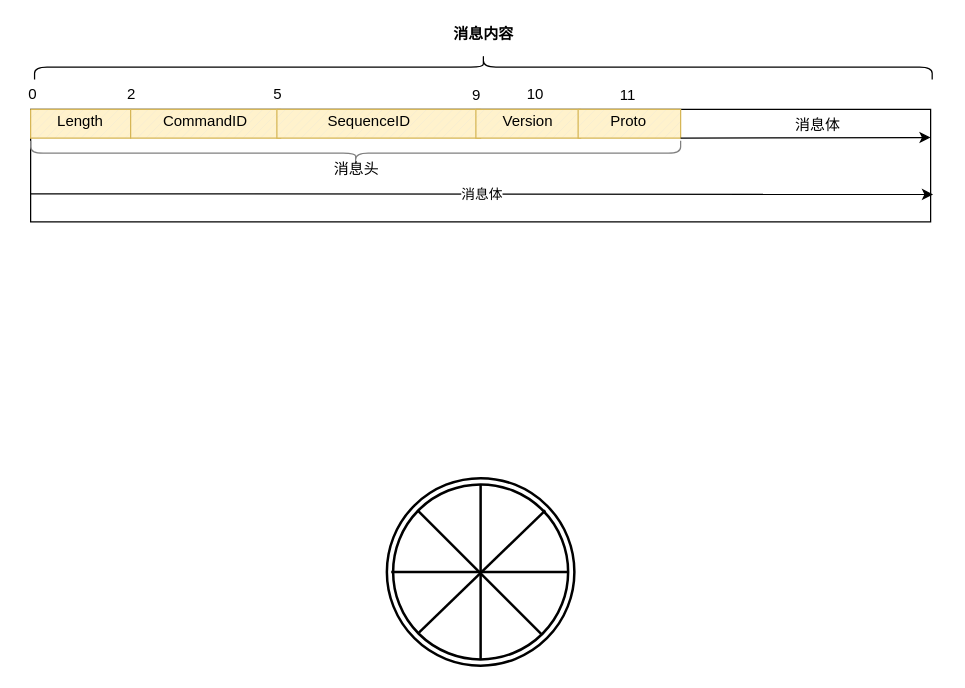
Above: 未命名绘图.drawio in tong3jie/islogin (draw.io), before the change. Source tidied: cells renumbered, new cells numbered last; positions are measured from the earlier drawing's top-left corner, leaving out a move shared by most shapes. Both pictures are drawn from the tidied source at 125%, with x=0, y=0 at pixel (26, -382).
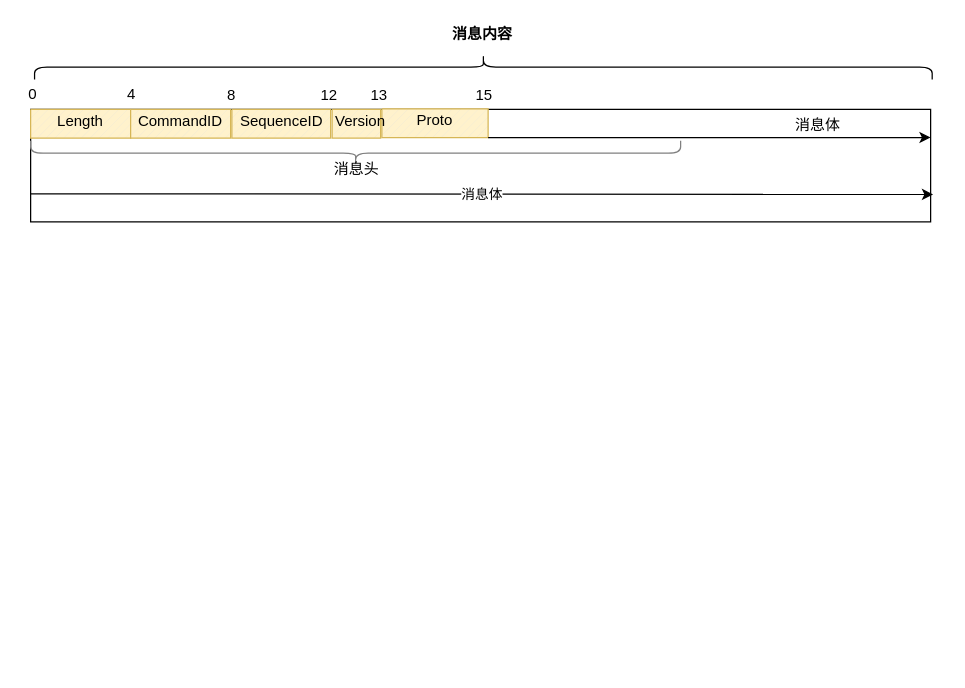
Above is the later version.

Diff of the diagram source:
```diff
@@
     <mxCell id="4" style="verticalLabelPosition=bottom;verticalAlign=top;html=1;shape=mxgraph.basic.patternFillRect;fillStyle=diag;step=5;fillStrokeWidth=0.2;fillStrokeColor=#dddddd;rounded=1;fillColor=#fff2cc;strokeColor=#d6b656;" parent="1" vertex="1">
-      <mxGeometry x="83" y="393" width="120" height="23" as="geometry" />
+      <mxGeometry x="83" y="393" width="80" height="23" as="geometry" />
     </mxCell>
     <mxCell id="5" style="verticalLabelPosition=bottom;verticalAlign=top;html=1;shape=mxgraph.basic.patternFillRect;fillStyle=diag;step=5;fillStrokeWidth=0.2;fillStrokeColor=#dddddd;rounded=1;fillColor=#fff2cc;strokeColor=#d6b656;" parent="1" vertex="1">
-      <mxGeometry x="200" y="393" width="163" height="23" as="geometry" />
+      <mxGeometry x="164" y="393" width="79" height="23" as="geometry" />
     </mxCell>
     <mxCell id="6" style="verticalLabelPosition=bottom;verticalAlign=top;html=1;shape=mxgraph.basic.patternFillRect;fillStyle=diag;step=5;fillStrokeWidth=0.2;fillStrokeColor=#dddddd;rounded=1;fillColor=#fff2cc;strokeColor=#d6b656;" parent="1" vertex="1">
-      <mxGeometry x="359.2" y="393" width="83.8" height="23" as="geometry" />
+      <mxGeometry x="244.2" y="393" width="38.8" height="23" as="geometry" />
     </mxCell>
     <mxCell id="7" style="verticalLabelPosition=bottom;verticalAlign=top;html=1;shape=mxgraph.basic.patternFillRect;fillStyle=diag;step=5;fillStrokeWidth=0.2;fillStrokeColor=#dddddd;rounded=1;fillColor=#fff2cc;strokeColor=#d6b656;" parent="1" vertex="1">
-      <mxGeometry x="441" y="393" width="82" height="23" as="geometry" />
+      <mxGeometry x="284" y="392.5" width="85" height="23" as="geometry" />
     </mxCell>
@@
     <mxCell id="9" value="&lt;b&gt;消息内容&lt;/b&gt;" style="text;html=1;align=center;verticalAlign=middle;strokeColor=none;" parent="1" vertex="1">
-      <mxGeometry x="335.2" y="323" width="60" height="20" as="geometry" />
+      <mxGeometry x="334.2" y="323" width="60" height="20" as="geometry" />
     </mxCell>
@@
     <mxCell id="11" value="&lt;span&gt;CommandID&lt;/span&gt;" style="text;html=1;strokeColor=none;fillColor=none;align=center;verticalAlign=middle;whiteSpace=wrap;rounded=0;" parent="1" vertex="1">
-      <mxGeometry x="123" y="393" width="40" height="20" as="geometry" />
+      <mxGeometry x="103" y="393" width="40" height="20" as="geometry" />
     </mxCell>
     <mxCell id="12" value="&lt;span lang=&quot;EN-US&quot;&gt;&lt;font style=&quot;font-size: 12px&quot;&gt;SequenceID&lt;/font&gt;&lt;/span&gt;" style="text;html=1;strokeColor=none;fillColor=none;align=center;verticalAlign=middle;whiteSpace=wrap;rounded=0;" parent="1" vertex="1">
-      <mxGeometry x="244" y="393" width="60" height="20" as="geometry" />
+      <mxGeometry x="173.5" y="393" width="60" height="20" as="geometry" />
     </mxCell>
     <mxCell id="13" value="Version" style="text;html=1;strokeColor=none;fillColor=none;align=center;verticalAlign=middle;whiteSpace=wrap;rounded=0;" parent="1" vertex="1">
-      <mxGeometry x="381.1" y="393" width="40" height="20" as="geometry" />
+      <mxGeometry x="247" y="393" width="40" height="20" as="geometry" />
     </mxCell>
     <mxCell id="14" value="&lt;span&gt;Proto&lt;/span&gt;" style="text;html=1;strokeColor=none;fillColor=none;align=center;verticalAlign=middle;whiteSpace=wrap;rounded=0;" parent="1" vertex="1">
-      <mxGeometry x="464.5" y="393" width="33" height="20" as="geometry" />
+      <mxGeometry x="310" y="391.5" width="33" height="20" as="geometry" />
     </mxCell>
@@
-    <mxCell id="16" value="2" style="text;html=1;strokeColor=none;fillColor=none;align=center;verticalAlign=middle;whiteSpace=wrap;rounded=0;" parent="1" vertex="1">
+    <mxCell id="16" value="4" style="text;html=1;strokeColor=none;fillColor=none;align=center;verticalAlign=middle;whiteSpace=wrap;rounded=0;" parent="1" vertex="1">
       <mxGeometry x="79" y="376" width="10" height="10" as="geometry" />
     </mxCell>
-    <mxCell id="17" value="5" style="text;html=1;strokeColor=none;fillColor=none;align=center;verticalAlign=middle;whiteSpace=wrap;rounded=0;" parent="1" vertex="1">
-      <mxGeometry x="196" y="376" width="10" height="10" as="geometry" />
+    <mxCell id="17" value="8" style="text;html=1;strokeColor=none;fillColor=none;align=center;verticalAlign=middle;whiteSpace=wrap;rounded=0;" parent="1" vertex="1">
+      <mxGeometry x="159" y="377" width="10" height="10" as="geometry" />
     </mxCell>
-    <mxCell id="18" value="9" style="text;html=1;strokeColor=none;fillColor=none;align=center;verticalAlign=middle;whiteSpace=wrap;rounded=0;" parent="1" vertex="1">
-      <mxGeometry x="355.2" y="377" width="10" height="10" as="geometry" />
+    <mxCell id="18" value="12" style="text;html=1;strokeColor=none;fillColor=none;align=center;verticalAlign=middle;whiteSpace=wrap;rounded=0;" parent="1" vertex="1">
+      <mxGeometry x="237" y="377" width="10" height="10" as="geometry" />
     </mxCell>
-    <mxCell id="19" value="10" style="text;html=1;strokeColor=none;fillColor=none;align=center;verticalAlign=middle;whiteSpace=wrap;rounded=0;" parent="1" vertex="1">
-      <mxGeometry x="402.2" y="376" width="10" height="10" as="geometry" />
+    <mxCell id="19" value="13" style="text;html=1;strokeColor=none;fillColor=none;align=center;verticalAlign=middle;whiteSpace=wrap;rounded=0;" parent="1" vertex="1">
+      <mxGeometry x="277" y="377" width="10" height="10" as="geometry" />
     </mxCell>
-    <mxCell id="20" value="11" style="text;html=1;strokeColor=none;fillColor=none;align=center;verticalAlign=middle;whiteSpace=wrap;rounded=0;" parent="1" vertex="1">
-      <mxGeometry x="476" y="377" width="10" height="10" as="geometry" />
+    <mxCell id="20" value="15" style="text;html=1;strokeColor=none;fillColor=none;align=center;verticalAlign=middle;whiteSpace=wrap;rounded=0;" parent="1" vertex="1">
+      <mxGeometry x="361" y="377" width="10" height="10" as="geometry" />
     </mxCell>
@@
-    <mxCell id="27" style="ellipse;shape=doubleEllipse;whiteSpace=wrap;html=1;fontFamily=Helvetica;fontColor=#CCFF99;strokeColor=#000000;strokeWidth=2;fillColor=none;" parent="1" vertex="1">
-      <mxGeometry x="288" y="688" width="150" height="150" as="geometry" />
-    </mxCell>
-    <mxCell id="28" style="line;strokeWidth=2;direction=south;html=1;perimeter=backbonePerimeter;fontFamily=Helvetica;fontColor=#CCFF99;fillColor=none;" parent="1" vertex="1">
-      <mxGeometry x="358" y="693" width="10" height="140" as="geometry" />
-    </mxCell>
-    <mxCell id="29" style="line;strokeWidth=2;direction=south;html=1;perimeter=backbonePerimeter;fontFamily=Helvetica;fontColor=#CCFF99;fillColor=none;rotation=90;" parent="1" vertex="1">
-      <mxGeometry x="357.1" y="692.4" width="10" height="141.2" as="geometry" />
-    </mxCell>
-    <mxCell id="30" style="line;strokeWidth=2;direction=south;html=1;perimeter=backbonePerimeter;fontFamily=Helvetica;fontColor=#CCFF99;fillColor=none;rotation=-45;" parent="1" vertex="1">
-      <mxGeometry x="357.1" y="693" width="10" height="140.6" as="geometry" />
-    </mxCell>
-    <mxCell id="31" style="line;strokeWidth=2;direction=south;html=1;perimeter=backbonePerimeter;fontFamily=Helvetica;fontColor=#CCFF99;fillColor=none;rotation=46;" parent="1" vertex="1">
-      <mxGeometry x="359.2" y="692.4" width="10" height="140.6" as="geometry" />
-    </mxCell>
```
